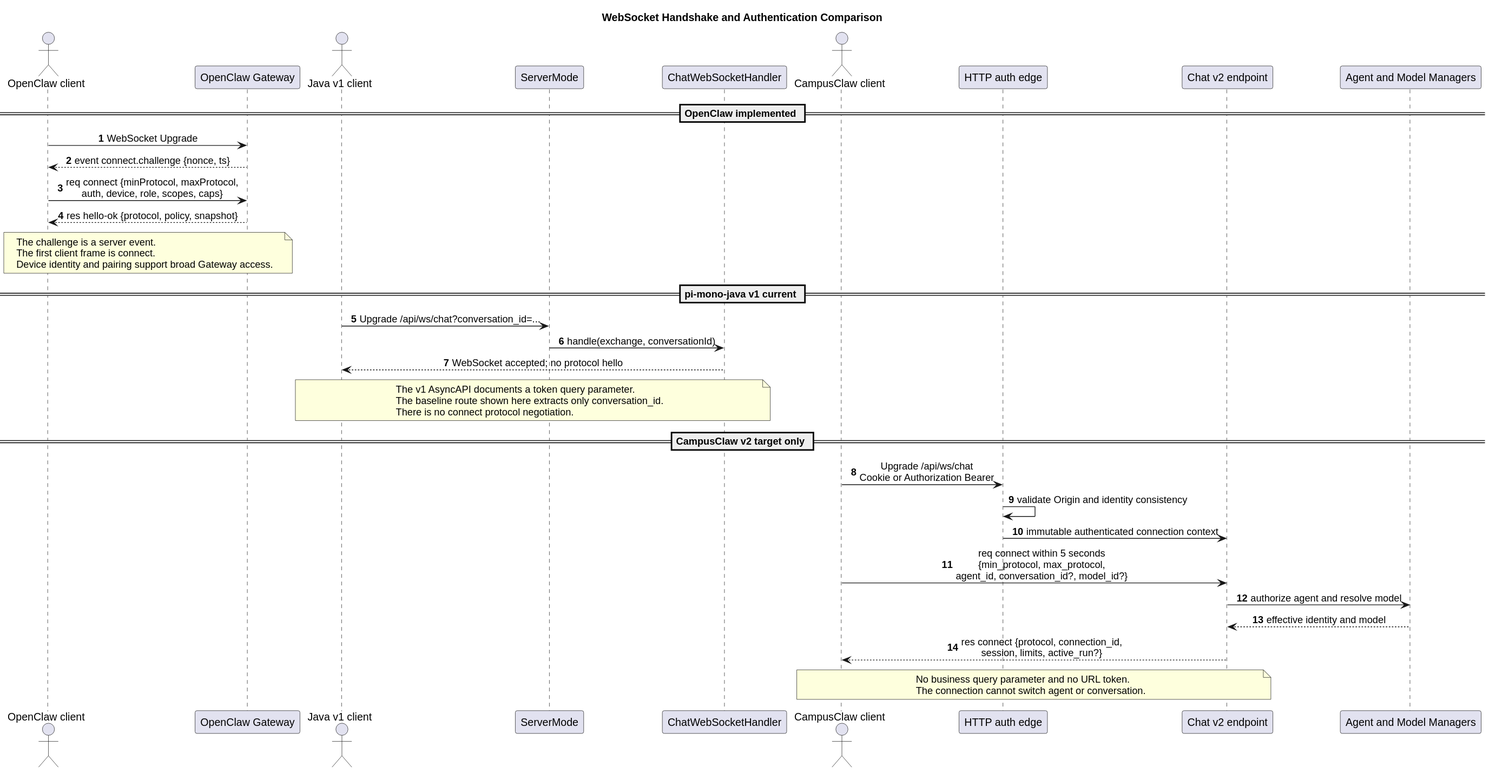
superheromeZzh/pi-mono-java-design keeps this PlantUML diagram as openclaw-campusclaw-websocket-comparison/websocket_handshake_comparison.svg. Above is the earlier version. The source it was exported from:
```plantuml
@startuml
title WebSocket Handshake and Authentication Comparison


skinparam backgroundColor #FFFFFF
skinparam shadowing false
skinparam sequenceMessageAlign center
skinparam defaultFontName Arial
autonumber

actor "OpenClaw client" as OC
participant "OpenClaw Gateway" as OG
actor "Java v1 client" as JV1C
participant "ServerMode" as SM
participant "ChatWebSocketHandler" as CWH
actor "CampusClaw client" as CC
participant "HTTP auth edge" as EDGE
participant "Chat v2 endpoint" as V2
participant "Agent and Model Managers" as MGR

== OpenClaw implemented ==
OC -> OG : WebSocket Upgrade
OG --> OC : event connect.challenge {nonce, ts}
OC -> OG : req connect {minProtocol, maxProtocol,\nauth, device, role, scopes, caps}
OG --> OC : res hello-ok {protocol, policy, snapshot}
note over OC,OG
The challenge is a server event.
The first client frame is connect.
Device identity and pairing support broad Gateway access.
end note

== pi-mono-java v1 current ==
JV1C -> SM : Upgrade /api/ws/chat?conversation_id=...
SM -> CWH : handle(exchange, conversationId)
CWH --> JV1C : WebSocket accepted; no protocol hello
note over JV1C,CWH
The v1 AsyncAPI documents a token query parameter.
The baseline route shown here extracts only conversation_id.
There is no connect protocol negotiation.
end note

== CampusClaw v2 target only ==
CC -> EDGE : Upgrade /api/ws/chat\nCookie or Authorization Bearer
EDGE -> EDGE : validate Origin and identity consistency
EDGE -> V2 : immutable authenticated connection context
CC -> V2 : req connect within 5 seconds\n{min_protocol, max_protocol,\nagent_id, conversation_id?, model_id?}
V2 -> MGR : authorize agent and resolve model
MGR --> V2 : effective identity and model
V2 --> CC : res connect {protocol, connection_id,\nsession, limits, active_run?}
note over CC,V2
No business query parameter and no URL token.
The connection cannot switch agent or conversation.
end note
@enduml
```
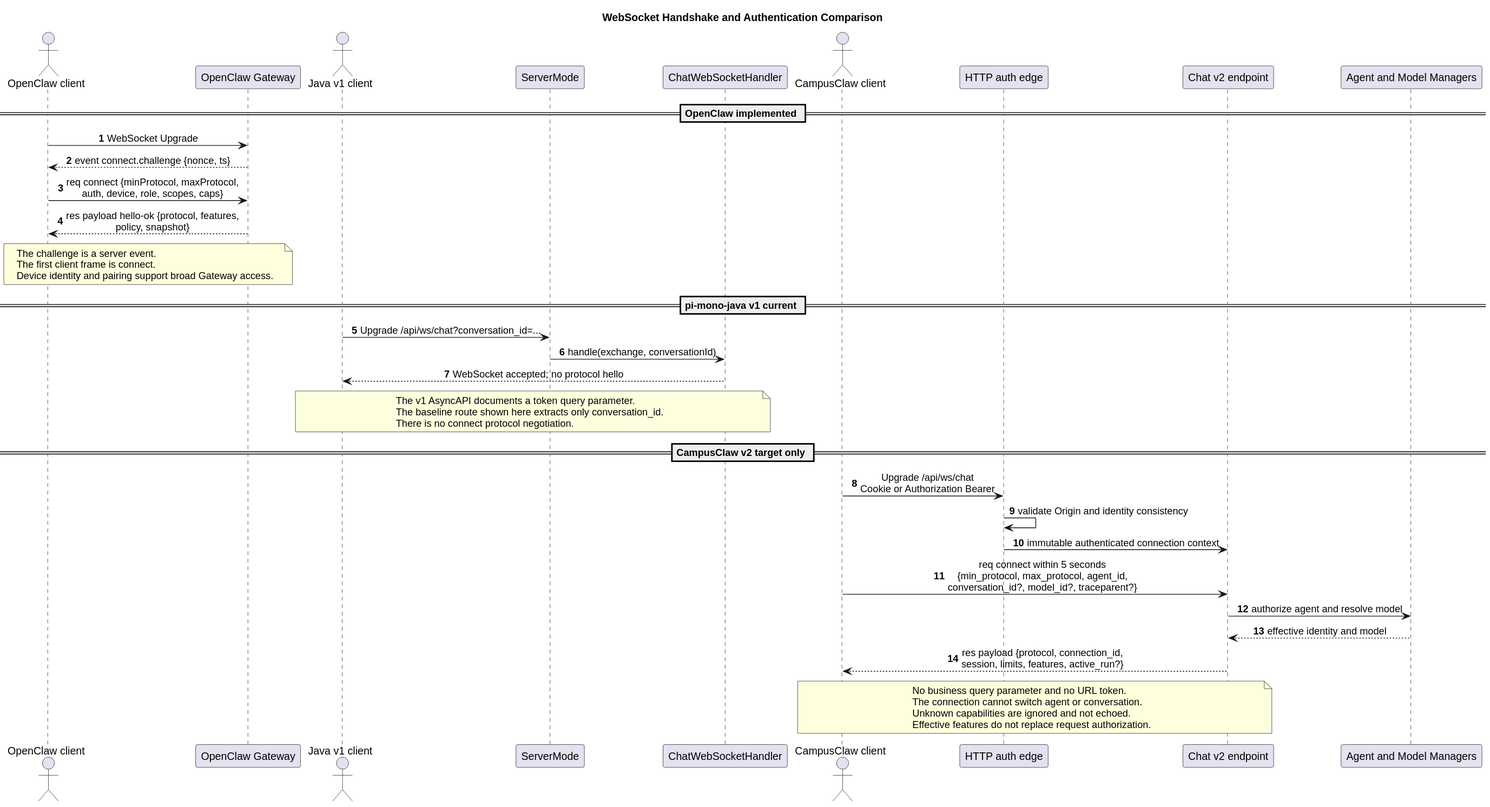
The same file after the commit.

Diff of the diagram source:
```diff
@@ -22,7 +22,7 @@
 OC -> OG : WebSocket Upgrade
 OG --> OC : event connect.challenge {nonce, ts}
 OC -> OG : req connect {minProtocol, maxProtocol,\nauth, device, role, scopes, caps}
-OG --> OC : res hello-ok {protocol, policy, snapshot}
+OG --> OC : res payload hello-ok {protocol, features,\npolicy, snapshot}
 note over OC,OG
 The challenge is a server event.
 The first client frame is connect.
@@ -43,12 +43,14 @@
 CC -> EDGE : Upgrade /api/ws/chat\nCookie or Authorization Bearer
 EDGE -> EDGE : validate Origin and identity consistency
 EDGE -> V2 : immutable authenticated connection context
-CC -> V2 : req connect within 5 seconds\n{min_protocol, max_protocol,\nagent_id, conversation_id?, model_id?}
+CC -> V2 : req connect within 5 seconds\n{min_protocol, max_protocol, agent_id,\nconversation_id?, model_id?, traceparent?}
 V2 -> MGR : authorize agent and resolve model
 MGR --> V2 : effective identity and model
-V2 --> CC : res connect {protocol, connection_id,\nsession, limits, active_run?}
+V2 --> CC : res payload {protocol, connection_id,\nsession, limits, features, active_run?}
 note over CC,V2
 No business query parameter and no URL token.
 The connection cannot switch agent or conversation.
+Unknown capabilities are ignored and not echoed.
+Effective features do not replace request authorization.
 end note
 @enduml
```
